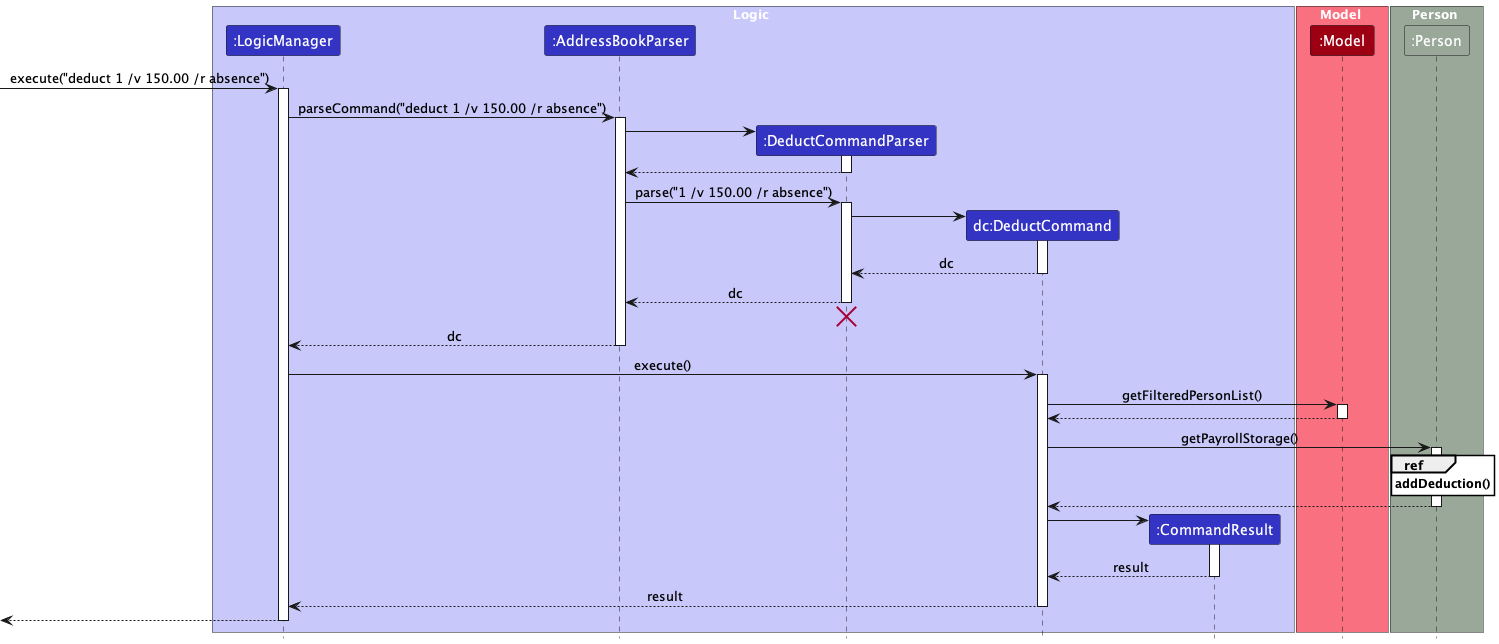
Above: docs/images/AddDeductionSequenceDiagram.png in nus-cs2103-AY2324S1/tp (PlantUML), before the change.
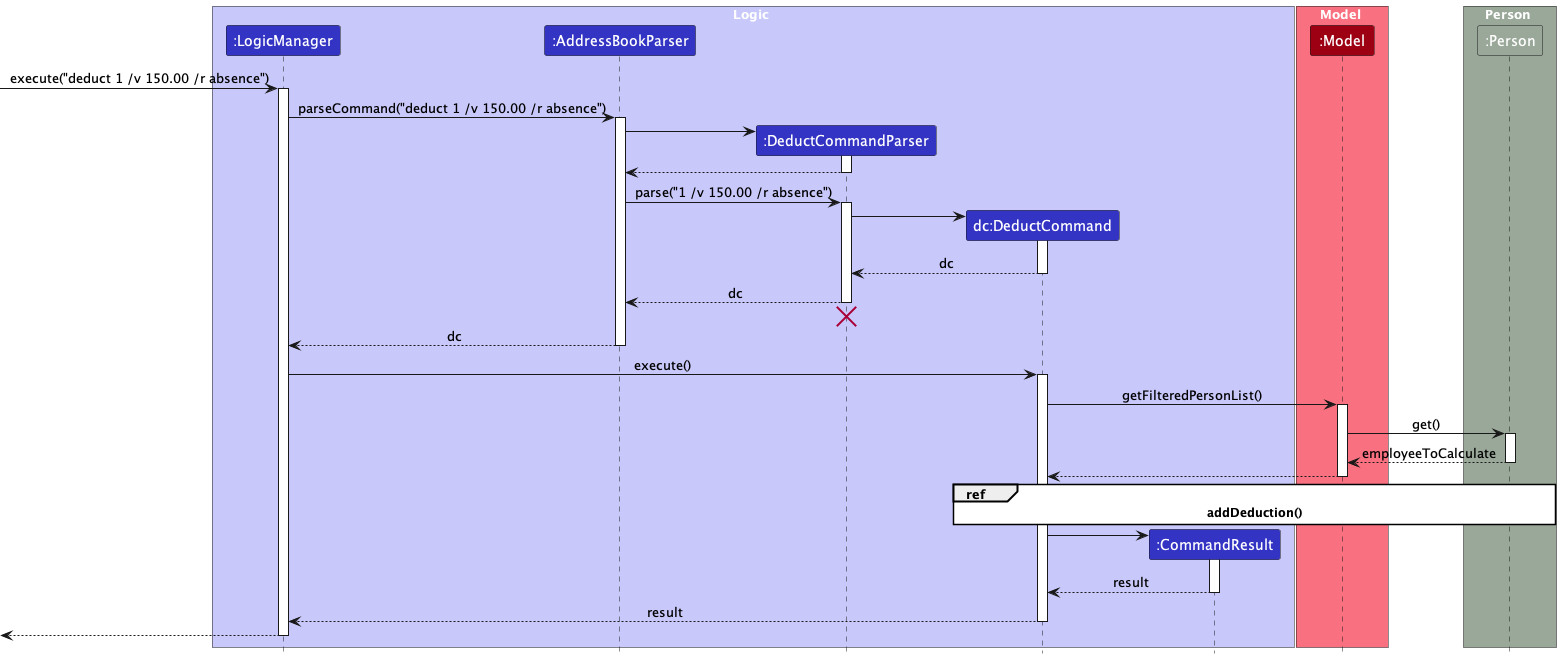
After the change.

Change to the diagram source:
```diff
@@ -56,17 +56,15 @@
 DeductCommand -> Model : getFilteredPersonList()
 activate Model
 
+Model -> Person : get()
+activate Person
+Person --> Model : employeeToCalculate
+deactivate Person
+
 Model --> DeductCommand:
 deactivate Model
 
-DeductCommand -> Person : getPayrollStorage()
-activate Person
-
-ref over Person : **addDeduction()**
-
-Person --> DeductCommand :
-deactivate Person
-
+ref over DeductCommand, Person: **addDeduction()**
 create CommandResult
 DeductCommand -> CommandResult
 activate CommandResult
```
